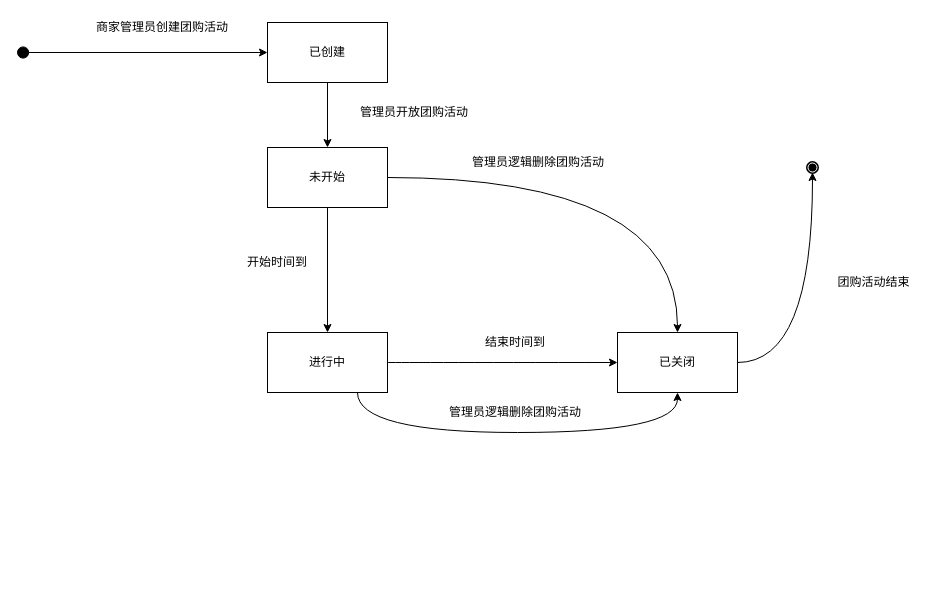
The draw.io diagram group_on.drawio in app1echip/grams, before the edit. Source tidied: cells renumbered, new cells numbered last; positions are measured from the earlier drawing's top-left corner, leaving out a move shared by most shapes. Both pictures are drawn from the tidied source at 100%, with x=0, y=0 at pixel (17, 17).
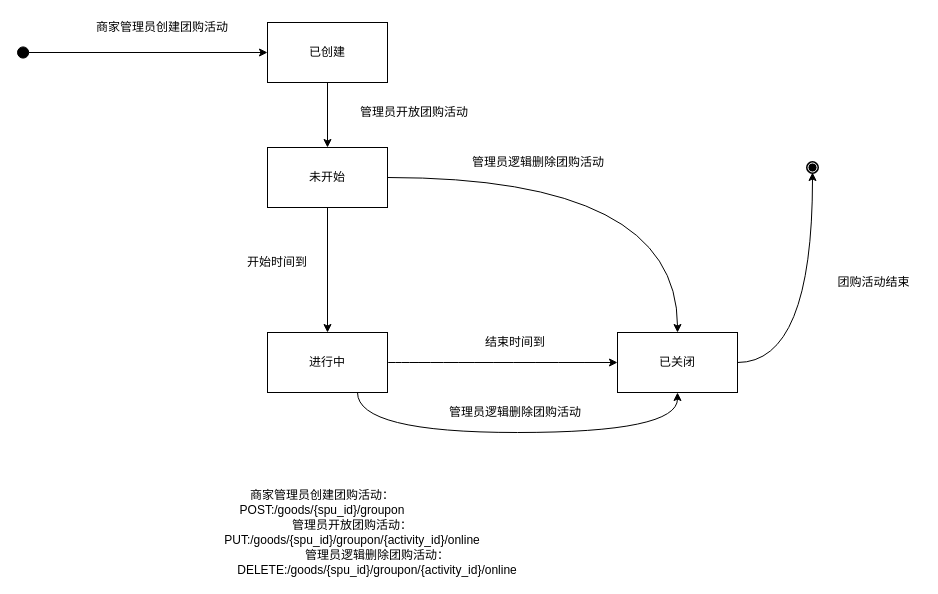
After the change.

The edit, as a diff of the source:
```diff
@@
+    <mxCell id="22" value="商家管理员创建团购活动：POST:/goods/{spu_id}/groupon" style="text;html=1;strokeColor=none;fillColor=none;align=center;verticalAlign=middle;whiteSpace=wrap;rounded=0;shadow=0;" parent="1" vertex="1">
+      <mxGeometry x="150" y="475" width="310" height="20" as="geometry" />
+    </mxCell>
+    <mxCell id="23" value="管理员开放团购活动：PUT:/goods/{spu_id}/groupon/{activity_id}/online" style="text;html=1;strokeColor=none;fillColor=none;align=center;verticalAlign=middle;whiteSpace=wrap;rounded=0;" parent="1" vertex="1">
+      <mxGeometry x="150" y="505" width="370" height="20" as="geometry" />
+    </mxCell>
+    <mxCell id="24" value="管理员逻辑删除团购活动：DELETE:/goods/{spu_id}/groupon/{activity_id}/online" style="text;html=1;strokeColor=none;fillColor=none;align=center;verticalAlign=middle;whiteSpace=wrap;rounded=0;shadow=0;" parent="1" vertex="1">
+      <mxGeometry x="150" y="535" width="420" height="20" as="geometry" />
+    </mxCell>
```
